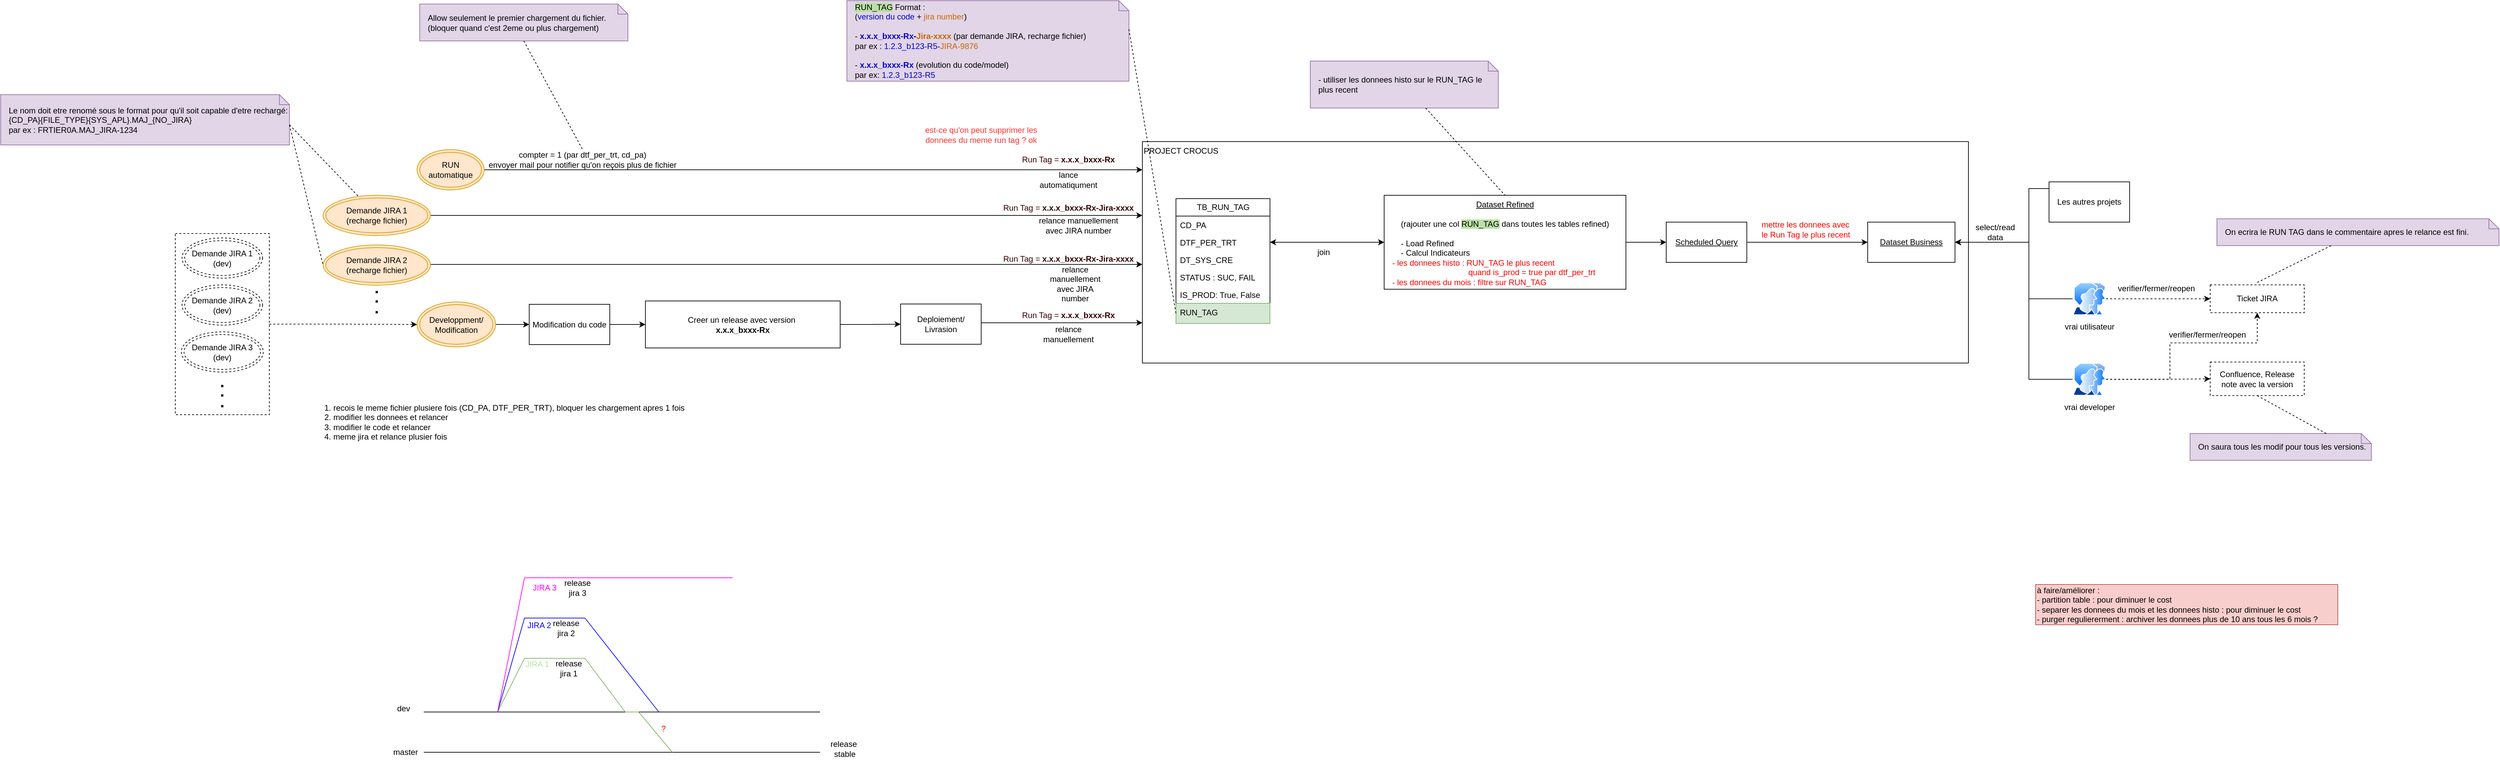
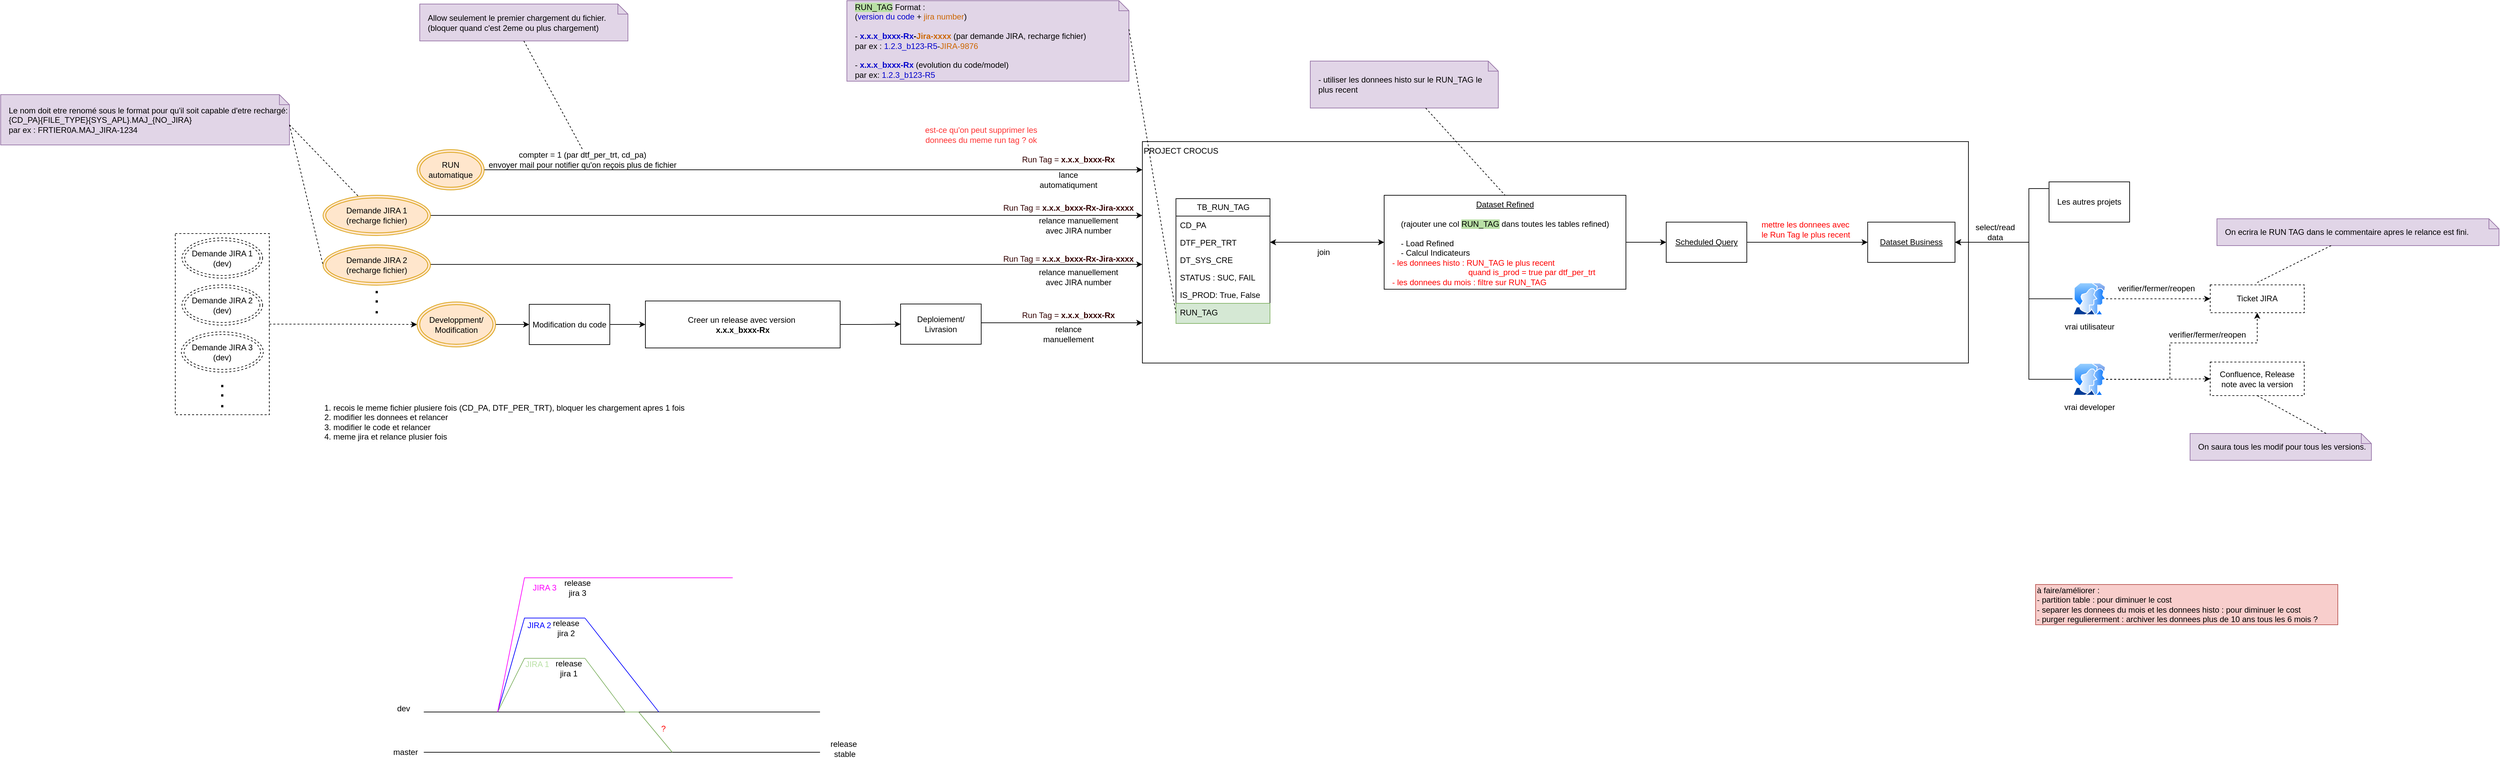
<mxfile host="app.diagrams.net">
  <diagram name="Page-1" id="bEAYSmEDHXBXhFzCy1HB">
    <mxGraphModel dx="3279" dy="1847" grid="1" gridSize="10" guides="1" tooltips="1" connect="1" arrows="1" fold="1" page="1" pageScale="1" pageWidth="827" pageHeight="1169" math="0" shadow="0">
      <root>
        <mxCell id="0" />
        <mxCell id="1" parent="0" />
        <mxCell id="cKu8MT6L8Fp_BZaxLZj7-22" edge="1" parent="1" source="cKu8MT6L8Fp_BZaxLZj7-16" style="edgeStyle=orthogonalEdgeStyle;rounded=0;orthogonalLoop=1;jettySize=auto;html=1;dashed=1;" target="QUzsFoNl6aFI_2ed8XXq-33">
          <mxGeometry relative="1" as="geometry">
            <Array as="points" />
            <mxPoint x="-937.4999999999995" y="382" as="sourcePoint" />
            <mxPoint x="-602.4999999999995" y="365" as="targetPoint" />
          </mxGeometry>
        </mxCell>
        <mxCell id="cKu8MT6L8Fp_BZaxLZj7-16" parent="1" style="rounded=0;whiteSpace=wrap;html=1;dashed=1;" value="" vertex="1">
          <mxGeometry height="270" width="140" x="-1070" y="247" as="geometry" />
        </mxCell>
        <mxCell id="QUzsFoNl6aFI_2ed8XXq-13" parent="1" style="rounded=0;whiteSpace=wrap;html=1;align=left;verticalAlign=top;" value="PROJECT CROCUS" vertex="1">
          <mxGeometry height="330" width="1230" x="370" y="110" as="geometry" />
        </mxCell>
        <mxCell id="QUzsFoNl6aFI_2ed8XXq-1" parent="1" style="swimlane;fontStyle=0;childLayout=stackLayout;horizontal=1;startSize=26;fillColor=none;horizontalStack=0;resizeParent=1;resizeParentMax=0;resizeLast=0;collapsible=1;marginBottom=0;html=1;" value="TB_RUN_TAG" vertex="1">
          <mxGeometry height="186" width="140" x="420" y="195" as="geometry" />
        </mxCell>
        <mxCell id="QUzsFoNl6aFI_2ed8XXq-2" parent="QUzsFoNl6aFI_2ed8XXq-1" style="text;strokeColor=none;fillColor=none;align=left;verticalAlign=top;spacingLeft=4;spacingRight=4;overflow=hidden;rotatable=0;points=[[0,0.5],[1,0.5]];portConstraint=eastwest;whiteSpace=wrap;html=1;" value="CD_PA" vertex="1">
          <mxGeometry height="26" width="140" y="26" as="geometry" />
        </mxCell>
        <mxCell id="QUzsFoNl6aFI_2ed8XXq-3" parent="QUzsFoNl6aFI_2ed8XXq-1" style="text;strokeColor=none;fillColor=none;align=left;verticalAlign=top;spacingLeft=4;spacingRight=4;overflow=hidden;rotatable=0;points=[[0,0.5],[1,0.5]];portConstraint=eastwest;whiteSpace=wrap;html=1;" value="DTF_PER_TRT" vertex="1">
          <mxGeometry height="26" width="140" y="52" as="geometry" />
        </mxCell>
        <mxCell id="QUzsFoNl6aFI_2ed8XXq-4" parent="QUzsFoNl6aFI_2ed8XXq-1" style="text;strokeColor=none;fillColor=none;align=left;verticalAlign=top;spacingLeft=4;spacingRight=4;overflow=hidden;rotatable=0;points=[[0,0.5],[1,0.5]];portConstraint=eastwest;whiteSpace=wrap;html=1;" value="DT_SYS_CRE" vertex="1">
          <mxGeometry height="26" width="140" y="78" as="geometry" />
        </mxCell>
        <mxCell id="QUzsFoNl6aFI_2ed8XXq-105" parent="QUzsFoNl6aFI_2ed8XXq-1" style="text;strokeColor=none;fillColor=none;align=left;verticalAlign=top;spacingLeft=4;spacingRight=4;overflow=hidden;rotatable=0;points=[[0,0.5],[1,0.5]];portConstraint=eastwest;whiteSpace=wrap;html=1;" value="STATUS : SUC, FAIL" vertex="1">
          <mxGeometry height="26" width="140" y="104" as="geometry" />
        </mxCell>
        <mxCell id="DOhsEIRQmGDwiVjTRz9E-7" parent="QUzsFoNl6aFI_2ed8XXq-1" style="text;strokeColor=none;fillColor=none;align=left;verticalAlign=top;spacingLeft=4;spacingRight=4;overflow=hidden;rotatable=0;points=[[0,0.5],[1,0.5]];portConstraint=eastwest;whiteSpace=wrap;html=1;" value="IS_PROD: True, False" vertex="1">
          <mxGeometry height="26" width="140" y="130" as="geometry" />
        </mxCell>
        <mxCell id="QUzsFoNl6aFI_2ed8XXq-5" parent="QUzsFoNl6aFI_2ed8XXq-1" style="text;strokeColor=#82b366;fillColor=#d5e8d4;align=left;verticalAlign=top;spacingLeft=4;spacingRight=4;overflow=hidden;rotatable=0;points=[[0,0.5],[1,0.5]];portConstraint=eastwest;whiteSpace=wrap;html=1;" value="RUN_TAG" vertex="1">
          <mxGeometry height="30" width="140" y="156" as="geometry" />
        </mxCell>
        <mxCell id="QUzsFoNl6aFI_2ed8XXq-7" parent="1" style="shape=note;size=15;align=left;spacingLeft=10;html=1;whiteSpace=wrap;fillColor=#e1d5e7;strokeColor=#9673a6;" value="&lt;span style=&quot;background-color: rgb(185, 224, 165);&quot;&gt;RUN_TAG&lt;/span&gt; Format :&amp;nbsp;&lt;div&gt;(&lt;font style=&quot;color: rgb(0, 0, 204);&quot;&gt;version du code&lt;/font&gt; +&lt;font style=&quot;color: rgb(204, 102, 0);&quot;&gt; &lt;font&gt;jira number&lt;/font&gt;&lt;/font&gt;)&lt;/div&gt;&lt;div&gt;&lt;br&gt;&lt;div&gt;- &lt;b&gt;&lt;font style=&quot;color: rgb(0, 0, 204);&quot;&gt;x.x.x_bxxx-Rx&lt;/font&gt;-&lt;font style=&quot;color: rgb(204, 102, 0);&quot;&gt;Jira-xxxx&lt;/font&gt;&lt;/b&gt; (par demande JIRA, recharge fichier)&amp;nbsp;&lt;/div&gt;&lt;div&gt;par ex : &lt;font style=&quot;color: rgb(0, 0, 204);&quot;&gt;1.2.3_b123-R5&lt;/font&gt;-&lt;font style=&quot;color: rgb(204, 102, 0);&quot;&gt;JIRA-9876&lt;/font&gt;&lt;/div&gt;&lt;div&gt;&lt;br&gt;&lt;/div&gt;&lt;div&gt;-&lt;b&gt; &lt;font style=&quot;color: rgb(0, 0, 204);&quot;&gt;x.x.x_bxxx-Rx&lt;/font&gt;&lt;/b&gt; (evolution du code/model)&lt;/div&gt;&lt;div&gt;&lt;span style=&quot;background-color: transparent; color: light-dark(rgb(0, 0, 0), rgb(255, 255, 255));&quot;&gt;par ex: &lt;/span&gt;&lt;span style=&quot;background-color: transparent;&quot;&gt;&lt;font style=&quot;color: light-dark(rgb(0, 0, 204), rgb(255, 255, 255));&quot;&gt;1.2.3_b123-R5&lt;/font&gt;&lt;/span&gt;&lt;/div&gt;&lt;/div&gt;" vertex="1">
          <mxGeometry height="120" width="420" x="-70" y="-100" as="geometry" />
        </mxCell>
        <mxCell id="QUzsFoNl6aFI_2ed8XXq-8" edge="1" parent="1" source="QUzsFoNl6aFI_2ed8XXq-7" style="edgeStyle=none;endArrow=none;exitX=0;exitY=0;dashed=1;html=1;rounded=0;entryX=0;entryY=0.5;entryDx=0;entryDy=0;exitDx=420;exitDy=42.5;exitPerimeter=0;" target="QUzsFoNl6aFI_2ed8XXq-5" value="">
          <mxGeometry relative="1" x="1" as="geometry">
            <mxPoint x="590" y="660" as="targetPoint" />
          </mxGeometry>
        </mxCell>
        <mxCell id="QUzsFoNl6aFI_2ed8XXq-10" parent="1" style="rounded=0;whiteSpace=wrap;html=1;dashed=1;" value="Confluence, Release note avec la v&lt;span style=&quot;background-color: transparent; color: light-dark(rgb(0, 0, 0), rgb(255, 255, 255));&quot;&gt;ersion&lt;/span&gt;" vertex="1">
          <mxGeometry height="50" width="140" x="1960" y="438.5" as="geometry" />
        </mxCell>
        <mxCell id="QUzsFoNl6aFI_2ed8XXq-11" parent="1" style="rounded=0;whiteSpace=wrap;html=1;dashed=1;" value="Ticket JIRA" vertex="1">
          <mxGeometry height="41.5" width="140" x="1960" y="323.5" as="geometry" />
        </mxCell>
        <mxCell id="QUzsFoNl6aFI_2ed8XXq-42" edge="1" parent="1" source="QUzsFoNl6aFI_2ed8XXq-12" style="edgeStyle=orthogonalEdgeStyle;rounded=0;orthogonalLoop=1;jettySize=auto;html=1;entryX=1;entryY=0.5;entryDx=0;entryDy=0;startArrow=classic;startFill=1;" target="QUzsFoNl6aFI_2ed8XXq-3">
          <mxGeometry relative="1" as="geometry" />
        </mxCell>
        <mxCell id="QUzsFoNl6aFI_2ed8XXq-50" edge="1" parent="1" source="QUzsFoNl6aFI_2ed8XXq-12" style="edgeStyle=orthogonalEdgeStyle;rounded=0;orthogonalLoop=1;jettySize=auto;html=1;" target="QUzsFoNl6aFI_2ed8XXq-46">
          <mxGeometry relative="1" as="geometry">
            <Array as="points" />
          </mxGeometry>
        </mxCell>
        <mxCell id="QUzsFoNl6aFI_2ed8XXq-12" parent="1" style="rounded=0;whiteSpace=wrap;html=1;verticalAlign=top;" value="&lt;u&gt;Dataset Refined&lt;/u&gt;&lt;div&gt;&lt;u&gt;&lt;br&gt;&lt;/u&gt;&lt;div&gt;(rajouter une col &lt;span style=&quot;background-color: rgb(185, 224, 165);&quot;&gt;RUN_TAG&lt;/span&gt;&lt;span&gt; &lt;/span&gt;dans toutes les tables refined)&lt;/div&gt;&lt;div&gt;&lt;br&gt;&lt;/div&gt;&lt;div style=&quot;text-align: left;&quot;&gt;- Load Refined&amp;nbsp; &amp;nbsp; &amp;nbsp; &amp;nbsp;&lt;/div&gt;&lt;div style=&quot;text-align: left;&quot;&gt;- Calcul Indicateurs&lt;/div&gt;&lt;/div&gt;" vertex="1">
          <mxGeometry height="140" width="360" x="730" y="190" as="geometry" />
        </mxCell>
        <mxCell id="QUzsFoNl6aFI_2ed8XXq-27" edge="1" parent="1" source="QUzsFoNl6aFI_2ed8XXq-33" style="edgeStyle=orthogonalEdgeStyle;rounded=0;orthogonalLoop=1;jettySize=auto;html=1;entryX=0;entryY=0.5;entryDx=0;entryDy=0;" target="QUzsFoNl6aFI_2ed8XXq-23">
          <mxGeometry relative="1" as="geometry">
            <mxPoint x="-740" y="198" as="sourcePoint" />
          </mxGeometry>
        </mxCell>
        <mxCell id="QUzsFoNl6aFI_2ed8XXq-19" parent="1" style="text;html=1;whiteSpace=wrap;strokeColor=none;fillColor=none;align=center;verticalAlign=middle;rounded=0;fontColor=#330000;" value="&lt;font style=&quot;&quot;&gt;Run Tag =&amp;nbsp;&lt;/font&gt;&lt;b style=&quot;text-align: left;&quot;&gt;x.x.x_bxxx-Rx-Jira-xxxx&lt;/b&gt;" vertex="1">
          <mxGeometry height="30" width="200" x="160" y="269.5" as="geometry" />
        </mxCell>
        <mxCell id="cKu8MT6L8Fp_BZaxLZj7-37" edge="1" parent="1" source="QUzsFoNl6aFI_2ed8XXq-23" style="edgeStyle=orthogonalEdgeStyle;rounded=0;orthogonalLoop=1;jettySize=auto;html=1;" target="QUzsFoNl6aFI_2ed8XXq-25">
          <mxGeometry relative="1" as="geometry" />
        </mxCell>
        <mxCell id="QUzsFoNl6aFI_2ed8XXq-23" parent="1" style="rounded=0;whiteSpace=wrap;html=1;" value="Modification du code" vertex="1">
          <mxGeometry height="60" width="120" x="-543" y="352.5" as="geometry" />
        </mxCell>
        <mxCell id="QUzsFoNl6aFI_2ed8XXq-31" edge="1" parent="1" source="QUzsFoNl6aFI_2ed8XXq-24" style="edgeStyle=orthogonalEdgeStyle;rounded=0;orthogonalLoop=1;jettySize=auto;html=1;" target="QUzsFoNl6aFI_2ed8XXq-13">
          <mxGeometry relative="1" as="geometry">
            <Array as="points">
              <mxPoint x="180" y="380" />
              <mxPoint x="180" y="380" />
            </Array>
            <mxPoint x="380" y="373" as="targetPoint" />
          </mxGeometry>
        </mxCell>
        <mxCell id="QUzsFoNl6aFI_2ed8XXq-24" parent="1" style="rounded=0;whiteSpace=wrap;html=1;" value="Deploiement/ Livrasion" vertex="1">
          <mxGeometry height="60" width="120" x="10" y="352" as="geometry" />
        </mxCell>
        <mxCell id="cKu8MT6L8Fp_BZaxLZj7-38" edge="1" parent="1" source="QUzsFoNl6aFI_2ed8XXq-25" style="edgeStyle=orthogonalEdgeStyle;rounded=0;orthogonalLoop=1;jettySize=auto;html=1;" target="QUzsFoNl6aFI_2ed8XXq-24">
          <mxGeometry relative="1" as="geometry" />
        </mxCell>
        <mxCell id="QUzsFoNl6aFI_2ed8XXq-25" parent="1" style="rounded=0;whiteSpace=wrap;html=1;" value="Creer un release avec version&amp;nbsp;&lt;div&gt;&lt;span style=&quot;text-align: left;&quot;&gt;&lt;b&gt;x.x.x_bxxx-Rx&lt;/b&gt;&lt;/span&gt;&lt;/div&gt;" vertex="1">
          <mxGeometry height="70" width="290" x="-370" y="347.5" as="geometry" />
        </mxCell>
        <mxCell id="QUzsFoNl6aFI_2ed8XXq-33" parent="1" style="ellipse;shape=doubleEllipse;whiteSpace=wrap;html=1;fillColor=#ffe6cc;strokeColor=#d79b00;" value="Developpment/&lt;div&gt;Modification&lt;/div&gt;" vertex="1">
          <mxGeometry height="67" width="117" x="-710" y="349" as="geometry" />
        </mxCell>
        <mxCell id="cKu8MT6L8Fp_BZaxLZj7-5" edge="1" parent="1" style="edgeStyle=orthogonalEdgeStyle;rounded=0;orthogonalLoop=1;jettySize=auto;html=1;">
          <mxGeometry relative="1" as="geometry">
            <Array as="points">
              <mxPoint x="110" y="293" />
              <mxPoint x="110" y="293" />
            </Array>
            <mxPoint x="-690.0000000000005" y="293" as="sourcePoint" />
            <mxPoint x="370" y="293" as="targetPoint" />
          </mxGeometry>
        </mxCell>
        <mxCell id="QUzsFoNl6aFI_2ed8XXq-34" parent="1" style="ellipse;shape=doubleEllipse;whiteSpace=wrap;html=1;fillColor=#ffe6cc;strokeColor=#d79b00;" value="Demande JIRA 2&lt;div&gt;(recharge fichier)&lt;/div&gt;" vertex="1">
          <mxGeometry height="60" width="160" x="-850" y="264" as="geometry" />
        </mxCell>
        <mxCell id="QUzsFoNl6aFI_2ed8XXq-36" edge="1" parent="1" source="QUzsFoNl6aFI_2ed8XXq-35" style="edgeStyle=orthogonalEdgeStyle;rounded=0;orthogonalLoop=1;jettySize=auto;html=1;" target="QUzsFoNl6aFI_2ed8XXq-13">
          <mxGeometry relative="1" as="geometry">
            <Array as="points">
              <mxPoint x="140" y="152" />
              <mxPoint x="140" y="152" />
            </Array>
            <mxPoint x="380" y="152.0588235294117" as="targetPoint" />
          </mxGeometry>
        </mxCell>
        <mxCell id="QUzsFoNl6aFI_2ed8XXq-35" parent="1" style="ellipse;shape=doubleEllipse;whiteSpace=wrap;html=1;fillColor=#ffe6cc;strokeColor=#d79b00;" value="RUN automatique" vertex="1">
          <mxGeometry height="60" width="100" x="-710" y="122" as="geometry" />
        </mxCell>
        <mxCell id="QUzsFoNl6aFI_2ed8XXq-40" parent="1" style="shape=note;size=15;align=left;spacingLeft=10;html=1;whiteSpace=wrap;fillColor=#e1d5e7;strokeColor=#9673a6;" value="&lt;div&gt;- utiliser les donnees histo sur le RUN_TAG le plus recent&lt;/div&gt;" vertex="1">
          <mxGeometry height="70" width="280" x="620" y="-10" as="geometry" />
        </mxCell>
        <mxCell id="QUzsFoNl6aFI_2ed8XXq-41" edge="1" parent="1" source="QUzsFoNl6aFI_2ed8XXq-40" style="edgeStyle=none;endArrow=none;dashed=1;html=1;rounded=0;entryX=0.5;entryY=0;entryDx=0;entryDy=0;" target="QUzsFoNl6aFI_2ed8XXq-12" value="">
          <mxGeometry relative="1" x="1" as="geometry">
            <mxPoint x="720" y="650" as="sourcePoint" />
            <mxPoint x="772" y="500" as="targetPoint" />
          </mxGeometry>
        </mxCell>
        <mxCell id="QUzsFoNl6aFI_2ed8XXq-43" parent="1" style="text;html=1;whiteSpace=wrap;strokeColor=none;fillColor=none;align=left;verticalAlign=middle;rounded=0;" value="&lt;font style=&quot;color: rgb(255, 0, 0);&quot;&gt;- les donnees histo : RUN_TAG le plus recent&amp;nbsp;&lt;/font&gt;&lt;div&gt;&lt;font style=&quot;color: rgb(255, 0, 0);&quot;&gt;&amp;nbsp; &amp;nbsp; &amp;nbsp; &amp;nbsp; &amp;nbsp; &amp;nbsp; &amp;nbsp; &amp;nbsp; &amp;nbsp; &amp;nbsp; &amp;nbsp; &amp;nbsp; &amp;nbsp; &amp;nbsp; &amp;nbsp; &amp;nbsp; &amp;nbsp; quand is_prod = true par dtf_per_trt&lt;/font&gt;&lt;div&gt;&lt;font style=&quot;color: rgb(255, 0, 0);&quot;&gt;- les donnees du mois : f&lt;/font&gt;&lt;span style=&quot;color: light-dark(rgb(255, 0, 0), rgb(255, 144, 144)); background-color: transparent;&quot;&gt;iltre sur RUN_TAG&lt;/span&gt;&lt;/div&gt;&lt;/div&gt;" vertex="1">
          <mxGeometry height="30" width="370" x="740" y="290" as="geometry" />
        </mxCell>
        <mxCell id="QUzsFoNl6aFI_2ed8XXq-45" parent="1" style="rounded=0;whiteSpace=wrap;html=1;" value="&lt;u&gt;Dataset Business&lt;/u&gt;" vertex="1">
          <mxGeometry height="60" width="130" x="1450" y="230" as="geometry" />
        </mxCell>
        <mxCell id="QUzsFoNl6aFI_2ed8XXq-48" edge="1" parent="1" source="QUzsFoNl6aFI_2ed8XXq-46" style="edgeStyle=orthogonalEdgeStyle;rounded=0;orthogonalLoop=1;jettySize=auto;html=1;" target="QUzsFoNl6aFI_2ed8XXq-45">
          <mxGeometry relative="1" as="geometry" />
        </mxCell>
        <mxCell id="QUzsFoNl6aFI_2ed8XXq-46" parent="1" style="rounded=0;whiteSpace=wrap;html=1;" value="&lt;u&gt;Scheduled Query&lt;/u&gt;" vertex="1">
          <mxGeometry height="60" width="120" x="1150" y="230" as="geometry" />
        </mxCell>
        <mxCell id="QUzsFoNl6aFI_2ed8XXq-51" parent="1" style="text;html=1;whiteSpace=wrap;strokeColor=none;fillColor=none;align=left;verticalAlign=middle;rounded=0;fontColor=#FF0000;" value="mettre les donnees avec le Run Tag le plus recent" vertex="1">
          <mxGeometry height="30" width="140" x="1290" y="226" as="geometry" />
        </mxCell>
        <mxCell id="QUzsFoNl6aFI_2ed8XXq-59" edge="1" parent="1" source="QUzsFoNl6aFI_2ed8XXq-52" style="edgeStyle=orthogonalEdgeStyle;rounded=0;orthogonalLoop=1;jettySize=auto;html=1;entryX=1;entryY=0.5;entryDx=0;entryDy=0;" target="QUzsFoNl6aFI_2ed8XXq-45">
          <mxGeometry relative="1" as="geometry">
            <Array as="points">
              <mxPoint x="1690" y="180" />
              <mxPoint x="1690" y="260" />
            </Array>
          </mxGeometry>
        </mxCell>
        <mxCell id="QUzsFoNl6aFI_2ed8XXq-52" parent="1" style="rounded=0;whiteSpace=wrap;html=1;" value="Les autres projets" vertex="1">
          <mxGeometry height="60" width="120" x="1720" y="170" as="geometry" />
        </mxCell>
        <mxCell id="QUzsFoNl6aFI_2ed8XXq-58" edge="1" parent="1" source="QUzsFoNl6aFI_2ed8XXq-57" style="edgeStyle=orthogonalEdgeStyle;rounded=0;orthogonalLoop=1;jettySize=auto;html=1;entryX=1;entryY=0.5;entryDx=0;entryDy=0;" target="QUzsFoNl6aFI_2ed8XXq-45">
          <mxGeometry relative="1" as="geometry">
            <Array as="points">
              <mxPoint x="1690" y="344" />
              <mxPoint x="1690" y="260" />
            </Array>
          </mxGeometry>
        </mxCell>
        <mxCell id="QUzsFoNl6aFI_2ed8XXq-65" edge="1" parent="1" source="QUzsFoNl6aFI_2ed8XXq-57" style="edgeStyle=orthogonalEdgeStyle;rounded=0;orthogonalLoop=1;jettySize=auto;html=1;dashed=1;" target="QUzsFoNl6aFI_2ed8XXq-11">
          <mxGeometry relative="1" as="geometry" />
        </mxCell>
        <mxCell id="QUzsFoNl6aFI_2ed8XXq-57" parent="1" style="image;aspect=fixed;perimeter=ellipsePerimeter;html=1;align=center;shadow=0;dashed=0;spacingTop=3;image=img/lib/active_directory/user_accounts.svg;" value="vrai utilisateur" vertex="1">
          <mxGeometry height="48.5" width="50" x="1755" y="320" as="geometry" />
        </mxCell>
        <mxCell id="QUzsFoNl6aFI_2ed8XXq-60" parent="1" style="text;html=1;whiteSpace=wrap;strokeColor=none;fillColor=none;align=center;verticalAlign=middle;rounded=0;" value="select/read data" vertex="1">
          <mxGeometry height="30" width="60" x="1610" y="230" as="geometry" />
        </mxCell>
        <mxCell id="QUzsFoNl6aFI_2ed8XXq-63" edge="1" parent="1" source="QUzsFoNl6aFI_2ed8XXq-62" style="edgeStyle=orthogonalEdgeStyle;rounded=0;orthogonalLoop=1;jettySize=auto;html=1;entryX=1;entryY=0.5;entryDx=0;entryDy=0;" target="QUzsFoNl6aFI_2ed8XXq-45">
          <mxGeometry relative="1" as="geometry">
            <Array as="points">
              <mxPoint x="1690" y="464" />
              <mxPoint x="1690" y="260" />
            </Array>
          </mxGeometry>
        </mxCell>
        <mxCell id="QUzsFoNl6aFI_2ed8XXq-66" edge="1" parent="1" source="QUzsFoNl6aFI_2ed8XXq-62" style="edgeStyle=orthogonalEdgeStyle;rounded=0;orthogonalLoop=1;jettySize=auto;html=1;dashed=1;" target="QUzsFoNl6aFI_2ed8XXq-10">
          <mxGeometry relative="1" as="geometry" />
        </mxCell>
        <mxCell id="QUzsFoNl6aFI_2ed8XXq-68" edge="1" parent="1" source="QUzsFoNl6aFI_2ed8XXq-62" style="edgeStyle=orthogonalEdgeStyle;rounded=0;orthogonalLoop=1;jettySize=auto;html=1;entryX=0.5;entryY=1;entryDx=0;entryDy=0;dashed=1;" target="QUzsFoNl6aFI_2ed8XXq-11">
          <mxGeometry relative="1" as="geometry">
            <Array as="points">
              <mxPoint x="1900" y="464" />
              <mxPoint x="1900" y="410" />
              <mxPoint x="2030" y="410" />
            </Array>
          </mxGeometry>
        </mxCell>
        <mxCell id="QUzsFoNl6aFI_2ed8XXq-62" parent="1" style="image;aspect=fixed;perimeter=ellipsePerimeter;html=1;align=center;shadow=0;dashed=0;spacingTop=3;image=img/lib/active_directory/user_accounts.svg;" value="vrai developer" vertex="1">
          <mxGeometry height="48.5" width="50" x="1755" y="440" as="geometry" />
        </mxCell>
        <mxCell id="QUzsFoNl6aFI_2ed8XXq-69" parent="1" style="shape=note;size=15;align=left;spacingLeft=10;html=1;whiteSpace=wrap;fillColor=#e1d5e7;strokeColor=#9673a6;" value="On ecrira le RUN TAG dans le commentaire apres le relance est fini." vertex="1">
          <mxGeometry height="40" width="420" x="1970" y="225" as="geometry" />
        </mxCell>
        <mxCell id="QUzsFoNl6aFI_2ed8XXq-70" edge="1" parent="1" source="QUzsFoNl6aFI_2ed8XXq-69" style="edgeStyle=none;endArrow=none;dashed=1;html=1;rounded=0;" value="">
          <mxGeometry relative="1" x="1" as="geometry">
            <mxPoint x="970" y="210" as="sourcePoint" />
            <mxPoint x="2030" y="320" as="targetPoint" />
          </mxGeometry>
        </mxCell>
        <mxCell id="QUzsFoNl6aFI_2ed8XXq-71" parent="1" style="shape=note;size=15;align=left;spacingLeft=10;html=1;whiteSpace=wrap;fillColor=#e1d5e7;strokeColor=#9673a6;" value="On saura tous les modif pour tous les versions." vertex="1">
          <mxGeometry height="40" width="270" x="1930" y="545" as="geometry" />
        </mxCell>
        <mxCell id="QUzsFoNl6aFI_2ed8XXq-72" edge="1" parent="1" source="QUzsFoNl6aFI_2ed8XXq-71" style="edgeStyle=none;endArrow=none;dashed=1;html=1;rounded=0;entryX=0.5;entryY=1;entryDx=0;entryDy=0;exitX=0;exitY=0;exitDx=202.5;exitDy=0;exitPerimeter=0;" target="QUzsFoNl6aFI_2ed8XXq-10" value="">
          <mxGeometry relative="1" x="1" as="geometry">
            <mxPoint x="2180" y="470" as="sourcePoint" />
            <mxPoint x="2070" y="525" as="targetPoint" />
          </mxGeometry>
        </mxCell>
        <mxCell id="QUzsFoNl6aFI_2ed8XXq-74" parent="1" style="rounded=0;whiteSpace=wrap;html=1;align=left;fillColor=#f8cecc;strokeColor=#b85450;" value="à faire/améliorer :&lt;div&gt;- partition table : pour diminuer le cost&lt;/div&gt;&lt;div&gt;- separer les donnees du mois et les donnees histo&amp;nbsp;&lt;span style=&quot;background-color: transparent; color: light-dark(rgb(0, 0, 0), rgb(255, 255, 255));&quot;&gt;: pour diminuer le cost&lt;/span&gt;&lt;/div&gt;&lt;div&gt;&lt;span style=&quot;background-color: transparent; color: light-dark(rgb(0, 0, 0), rgb(255, 255, 255));&quot;&gt;- purger reguliererment : archiver les donnees plus de 10 ans tous les 6 mois ?&lt;/span&gt;&lt;/div&gt;" vertex="1">
          <mxGeometry height="60" width="450" x="1700" y="770" as="geometry" />
        </mxCell>
        <mxCell id="QUzsFoNl6aFI_2ed8XXq-76" parent="1" style="text;html=1;whiteSpace=wrap;strokeColor=none;fillColor=none;align=center;verticalAlign=middle;rounded=0;" value="join" vertex="1">
          <mxGeometry height="30" width="60" x="610" y="260" as="geometry" />
        </mxCell>
        <mxCell id="QUzsFoNl6aFI_2ed8XXq-81" edge="1" parent="1" style="endArrow=none;html=1;rounded=0;" value="">
          <mxGeometry height="50" relative="1" width="50" as="geometry">
            <mxPoint x="-700" y="960" as="sourcePoint" />
            <mxPoint x="-110" y="960" as="targetPoint" />
          </mxGeometry>
        </mxCell>
        <mxCell id="QUzsFoNl6aFI_2ed8XXq-83" edge="1" parent="1" style="endArrow=none;html=1;rounded=0;fillColor=#d5e8d4;strokeColor=#82b366;" value="">
          <mxGeometry height="50" relative="1" width="50" as="geometry">
            <Array as="points">
              <mxPoint x="-550" y="880" />
            </Array>
            <mxPoint x="-590" y="960" as="sourcePoint" />
            <mxPoint x="-460" y="880" as="targetPoint" />
          </mxGeometry>
        </mxCell>
        <mxCell id="QUzsFoNl6aFI_2ed8XXq-84" parent="1" style="text;html=1;whiteSpace=wrap;strokeColor=none;fillColor=none;align=center;verticalAlign=middle;rounded=0;" value="dev" vertex="1">
          <mxGeometry height="30" width="60" x="-760" y="940" as="geometry" />
        </mxCell>
        <mxCell id="QUzsFoNl6aFI_2ed8XXq-85" edge="1" parent="1" style="endArrow=none;html=1;rounded=0;strokeColor=#0000FF;" value="">
          <mxGeometry height="50" relative="1" width="50" as="geometry">
            <Array as="points">
              <mxPoint x="-550" y="820" />
            </Array>
            <mxPoint x="-590" y="960" as="sourcePoint" />
            <mxPoint x="-460" y="820" as="targetPoint" />
          </mxGeometry>
        </mxCell>
        <mxCell id="QUzsFoNl6aFI_2ed8XXq-86" edge="1" parent="1" style="endArrow=none;html=1;rounded=0;strokeColor=#FF00FF;" value="">
          <mxGeometry height="50" relative="1" width="50" as="geometry">
            <Array as="points">
              <mxPoint x="-550" y="760" />
            </Array>
            <mxPoint x="-590" y="960" as="sourcePoint" />
            <mxPoint x="-240" y="760" as="targetPoint" />
          </mxGeometry>
        </mxCell>
        <mxCell id="QUzsFoNl6aFI_2ed8XXq-87" parent="1" style="text;html=1;whiteSpace=wrap;strokeColor=none;fillColor=none;align=center;verticalAlign=middle;rounded=0;fontColor=#B9E0A5;" value="JIRA 1" vertex="1">
          <mxGeometry height="30" width="60" x="-561" y="874" as="geometry" />
        </mxCell>
        <mxCell id="QUzsFoNl6aFI_2ed8XXq-88" parent="1" style="text;html=1;whiteSpace=wrap;strokeColor=none;fillColor=none;align=center;verticalAlign=middle;rounded=0;fontColor=#0000FF;" value="JIRA 2" vertex="1">
          <mxGeometry height="30" width="60" x="-558" y="816" as="geometry" />
        </mxCell>
        <mxCell id="QUzsFoNl6aFI_2ed8XXq-89" parent="1" style="text;html=1;whiteSpace=wrap;strokeColor=none;fillColor=none;align=center;verticalAlign=middle;rounded=0;fontColor=#FF00FF;" value="JIRA 3" vertex="1">
          <mxGeometry height="30" width="60" x="-550" y="760" as="geometry" />
        </mxCell>
        <mxCell id="QUzsFoNl6aFI_2ed8XXq-90" edge="1" parent="1" style="endArrow=none;html=1;rounded=0;" value="">
          <mxGeometry height="50" relative="1" width="50" as="geometry">
            <mxPoint x="-700" y="1020" as="sourcePoint" />
            <mxPoint x="-110" y="1020" as="targetPoint" />
          </mxGeometry>
        </mxCell>
        <mxCell id="QUzsFoNl6aFI_2ed8XXq-91" parent="1" style="text;html=1;whiteSpace=wrap;strokeColor=none;fillColor=none;align=center;verticalAlign=middle;rounded=0;" value="master" vertex="1">
          <mxGeometry height="30" width="60" x="-757" y="1005" as="geometry" />
        </mxCell>
        <mxCell id="QUzsFoNl6aFI_2ed8XXq-92" edge="1" parent="1" style="endArrow=none;html=1;rounded=0;fillColor=#d5e8d4;strokeColor=#82b366;" value="">
          <mxGeometry height="50" relative="1" width="50" as="geometry">
            <mxPoint x="-460" y="880" as="sourcePoint" />
            <mxPoint x="-400" y="960" as="targetPoint" />
          </mxGeometry>
        </mxCell>
        <mxCell id="QUzsFoNl6aFI_2ed8XXq-94" edge="1" parent="1" style="endArrow=none;html=1;rounded=0;strokeColor=#0000FF;" value="">
          <mxGeometry height="50" relative="1" width="50" as="geometry">
            <mxPoint x="-460" y="820" as="sourcePoint" />
            <mxPoint x="-350" y="960" as="targetPoint" />
          </mxGeometry>
        </mxCell>
        <mxCell id="QUzsFoNl6aFI_2ed8XXq-95" edge="1" parent="1" style="endArrow=none;html=1;rounded=0;fillColor=#d5e8d4;strokeColor=#82b366;" value="">
          <mxGeometry height="50" relative="1" width="50" as="geometry">
            <mxPoint x="-380" y="960" as="sourcePoint" />
            <mxPoint x="-330" y="1020" as="targetPoint" />
          </mxGeometry>
        </mxCell>
        <mxCell id="QUzsFoNl6aFI_2ed8XXq-96" edge="1" parent="1" style="endArrow=none;html=1;rounded=0;fillColor=#d5e8d4;strokeColor=#82b366;" value="">
          <mxGeometry height="50" relative="1" width="50" as="geometry">
            <mxPoint x="-400" y="960" as="sourcePoint" />
            <mxPoint x="-380" y="960" as="targetPoint" />
          </mxGeometry>
        </mxCell>
        <mxCell id="QUzsFoNl6aFI_2ed8XXq-98" parent="1" style="text;html=1;whiteSpace=wrap;strokeColor=none;fillColor=none;align=center;verticalAlign=middle;rounded=0;" value="release jira 2" vertex="1">
          <mxGeometry height="30" width="60" x="-518" y="820" as="geometry" />
        </mxCell>
        <mxCell id="QUzsFoNl6aFI_2ed8XXq-99" parent="1" style="text;html=1;whiteSpace=wrap;strokeColor=none;fillColor=none;align=center;verticalAlign=middle;rounded=0;" value="release jira 1" vertex="1">
          <mxGeometry height="30" width="60" x="-514" y="880" as="geometry" />
        </mxCell>
        <mxCell id="QUzsFoNl6aFI_2ed8XXq-100" parent="1" style="text;html=1;whiteSpace=wrap;strokeColor=none;fillColor=none;align=center;verticalAlign=middle;rounded=0;" value="release jira 3" vertex="1">
          <mxGeometry height="30" width="60" x="-501" y="760" as="geometry" />
        </mxCell>
        <mxCell id="QUzsFoNl6aFI_2ed8XXq-101" parent="1" style="text;html=1;whiteSpace=wrap;strokeColor=none;fillColor=none;align=center;verticalAlign=middle;rounded=0;" value="release&amp;nbsp; stable" vertex="1">
          <mxGeometry height="30" width="60" x="-103" y="1000" as="geometry" />
        </mxCell>
        <mxCell id="QUzsFoNl6aFI_2ed8XXq-103" parent="1" style="text;html=1;whiteSpace=wrap;strokeColor=none;fillColor=none;align=center;verticalAlign=middle;rounded=0;fontColor=#FF0000;" value="?" vertex="1">
          <mxGeometry height="30" width="60" x="-373" y="970" as="geometry" />
        </mxCell>
        <mxCell id="QUzsFoNl6aFI_2ed8XXq-104" parent="1" style="text;html=1;whiteSpace=wrap;strokeColor=none;fillColor=none;align=center;verticalAlign=middle;rounded=0;" value="compter = 1 (par dtf_per_trt, cd_pa)&lt;div&gt;envoyer mail pour notifier qu&#39;on reçois plus de fichier&lt;/div&gt;" vertex="1">
          <mxGeometry height="30" width="293" x="-610" y="122" as="geometry" />
        </mxCell>
        <mxCell id="QUzsFoNl6aFI_2ed8XXq-106" parent="1" style="text;html=1;whiteSpace=wrap;strokeColor=none;fillColor=none;align=left;verticalAlign=middle;rounded=0;" value="1. recois le meme fichier plusiere fois (CD_PA, DTF_PER_TRT), bloquer les chargement apres 1 fois&lt;div&gt;2. modifier les donnees et relancer&lt;/div&gt;&lt;div&gt;3. modifier le code et relancer&lt;/div&gt;&lt;div&gt;4.&amp;nbsp;&lt;span style=&quot;text-align: center; background-color: transparent; color: light-dark(rgb(0, 0, 0), rgb(255, 255, 255));&quot;&gt;meme jira et relance plusier fois&lt;/span&gt;&lt;/div&gt;" vertex="1">
          <mxGeometry height="30" width="600" x="-850" y="513.25" as="geometry" />
        </mxCell>
        <mxCell id="cKu8MT6L8Fp_BZaxLZj7-1" parent="1" style="shape=note;size=15;align=left;spacingLeft=10;html=1;whiteSpace=wrap;fillColor=#e1d5e7;strokeColor=#9673a6;labelBackgroundColor=none;" value="&lt;span style=&quot;&quot;&gt;Allow seulement le premier chargement du fichier.&lt;br&gt;(bloquer quand c&#39;est 2eme ou plus chargement)&lt;/span&gt;" vertex="1">
          <mxGeometry height="55" width="310" x="-706" y="-95" as="geometry" />
        </mxCell>
        <mxCell id="cKu8MT6L8Fp_BZaxLZj7-2" edge="1" parent="1" source="cKu8MT6L8Fp_BZaxLZj7-1" style="edgeStyle=none;endArrow=none;exitX=0.5;exitY=1;dashed=1;html=1;rounded=0;entryX=0.5;entryY=0;entryDx=0;entryDy=0;exitDx=0;exitDy=0;exitPerimeter=0;" target="QUzsFoNl6aFI_2ed8XXq-104" value="">
          <mxGeometry relative="1" x="1" as="geometry">
            <mxPoint x="590" y="300" as="sourcePoint" />
            <mxPoint x="680" y="507" as="targetPoint" />
          </mxGeometry>
        </mxCell>
        <mxCell id="cKu8MT6L8Fp_BZaxLZj7-3" parent="1" style="ellipse;shape=doubleEllipse;whiteSpace=wrap;html=1;dashed=1;" value="Demande JIRA 1&lt;div&gt;(dev)&lt;/div&gt;" vertex="1">
          <mxGeometry height="60" width="120" x="-1060" y="253.5" as="geometry" />
        </mxCell>
        <mxCell id="cKu8MT6L8Fp_BZaxLZj7-7" parent="1" style="text;html=1;whiteSpace=wrap;strokeColor=none;fillColor=none;align=center;verticalAlign=middle;rounded=0;fontColor=#330000;" value="&lt;font style=&quot;&quot;&gt;Run Tag =&amp;nbsp;&lt;b style=&quot;text-align: left;&quot;&gt;x.x.x_bxxx-Rx&lt;/b&gt;&lt;/font&gt;" vertex="1">
          <mxGeometry height="30" width="200" x="160" y="122" as="geometry" />
        </mxCell>
        <mxCell id="cKu8MT6L8Fp_BZaxLZj7-11" parent="1" style="shape=note;size=15;align=left;spacingLeft=10;html=1;whiteSpace=wrap;fillColor=#e1d5e7;strokeColor=#9673a6;labelBackgroundColor=none;" value="&lt;span style=&quot;&quot;&gt;Le nom doit etre renomé sous le format pour qu&#39;il soit capable d&#39;etre rechargé:&lt;br&gt;{CD_PA}{FILE_TYPE}{SYS_APL}.MAJ_{NO_JIRA}&lt;/span&gt;&lt;div&gt;&lt;span style=&quot;&quot;&gt;par ex : FRTIER0A.MAJ_JIRA-1234&lt;/span&gt;&lt;/div&gt;" vertex="1">
          <mxGeometry height="75" width="430" x="-1330" y="40" as="geometry" />
        </mxCell>
        <mxCell id="cKu8MT6L8Fp_BZaxLZj7-14" parent="1" style="ellipse;shape=doubleEllipse;whiteSpace=wrap;html=1;dashed=1;" value="Demande JIRA 2&lt;div&gt;(dev)&lt;/div&gt;" vertex="1">
          <mxGeometry height="60" width="120" x="-1060" y="323.5" as="geometry" />
        </mxCell>
        <mxCell id="cKu8MT6L8Fp_BZaxLZj7-15" parent="1" style="ellipse;shape=doubleEllipse;whiteSpace=wrap;html=1;dashed=1;" value="Demande JIRA 3&lt;div&gt;(dev)&lt;/div&gt;" vertex="1">
          <mxGeometry height="60" width="122" x="-1061" y="393.5" as="geometry" />
        </mxCell>
        <mxCell id="cKu8MT6L8Fp_BZaxLZj7-19" parent="1" style="text;html=1;whiteSpace=wrap;strokeColor=none;fillColor=none;align=center;verticalAlign=middle;rounded=0;fontSize=23;fontStyle=1" value="." vertex="1">
          <mxGeometry height="30" width="60" x="-1030" y="453.25" as="geometry" />
        </mxCell>
        <mxCell id="cKu8MT6L8Fp_BZaxLZj7-20" parent="1" style="text;html=1;whiteSpace=wrap;strokeColor=none;fillColor=none;align=center;verticalAlign=middle;rounded=0;fontSize=23;fontStyle=1" value="." vertex="1">
          <mxGeometry height="30" width="60" x="-1030" y="467" as="geometry" />
        </mxCell>
        <mxCell id="cKu8MT6L8Fp_BZaxLZj7-21" parent="1" style="text;html=1;whiteSpace=wrap;strokeColor=none;fillColor=none;align=center;verticalAlign=middle;rounded=0;fontSize=23;fontStyle=1" value="." vertex="1">
          <mxGeometry height="30" width="60" x="-1030" y="483.25" as="geometry" />
        </mxCell>
        <mxCell id="cKu8MT6L8Fp_BZaxLZj7-24" edge="1" parent="1" source="cKu8MT6L8Fp_BZaxLZj7-23" style="edgeStyle=orthogonalEdgeStyle;rounded=0;orthogonalLoop=1;jettySize=auto;html=1;" target="QUzsFoNl6aFI_2ed8XXq-13">
          <mxGeometry relative="1" as="geometry">
            <Array as="points">
              <mxPoint x="120" y="220" />
              <mxPoint x="120" y="220" />
            </Array>
          </mxGeometry>
        </mxCell>
        <mxCell id="cKu8MT6L8Fp_BZaxLZj7-23" parent="1" style="ellipse;shape=doubleEllipse;whiteSpace=wrap;html=1;fillColor=#ffe6cc;strokeColor=#d79b00;" value="Demande JIRA 1&lt;div&gt;(recharge fichier)&lt;/div&gt;" vertex="1">
          <mxGeometry height="60" width="160" x="-850" y="190" as="geometry" />
        </mxCell>
        <mxCell id="cKu8MT6L8Fp_BZaxLZj7-25" edge="1" parent="1" source="cKu8MT6L8Fp_BZaxLZj7-11" style="edgeStyle=none;endArrow=none;exitX=0;exitY=0;dashed=1;html=1;rounded=0;exitDx=430;exitDy=45;exitPerimeter=0;" target="cKu8MT6L8Fp_BZaxLZj7-23" value="">
          <mxGeometry relative="1" x="1" as="geometry">
            <mxPoint x="-520" y="10" as="sourcePoint" />
            <mxPoint x="-490" y="150" as="targetPoint" />
          </mxGeometry>
        </mxCell>
        <mxCell id="cKu8MT6L8Fp_BZaxLZj7-26" edge="1" parent="1" source="cKu8MT6L8Fp_BZaxLZj7-11" style="edgeStyle=none;endArrow=none;exitX=0;exitY=0;dashed=1;html=1;rounded=0;exitDx=430;exitDy=45;exitPerimeter=0;entryX=0;entryY=0.5;entryDx=0;entryDy=0;" target="QUzsFoNl6aFI_2ed8XXq-34" value="">
          <mxGeometry relative="1" x="1" as="geometry">
            <mxPoint x="-900" y="200" as="sourcePoint" />
            <mxPoint x="-801" y="244" as="targetPoint" />
          </mxGeometry>
        </mxCell>
        <mxCell id="cKu8MT6L8Fp_BZaxLZj7-27" parent="1" style="text;html=1;whiteSpace=wrap;strokeColor=none;fillColor=none;align=center;verticalAlign=middle;rounded=0;fontSize=23;fontStyle=1" value="." vertex="1">
          <mxGeometry height="30" width="60" x="-800" y="313" as="geometry" />
        </mxCell>
        <mxCell id="cKu8MT6L8Fp_BZaxLZj7-28" parent="1" style="text;html=1;whiteSpace=wrap;strokeColor=none;fillColor=none;align=center;verticalAlign=middle;rounded=0;fontSize=23;fontStyle=1" value="." vertex="1">
          <mxGeometry height="30" width="60" x="-800" y="343" as="geometry" />
        </mxCell>
        <mxCell id="cKu8MT6L8Fp_BZaxLZj7-29" parent="1" style="text;html=1;whiteSpace=wrap;strokeColor=none;fillColor=none;align=center;verticalAlign=middle;rounded=0;fontSize=23;fontStyle=1" value="." vertex="1">
          <mxGeometry height="30" width="60" x="-800" y="326.5" as="geometry" />
        </mxCell>
        <mxCell id="cKu8MT6L8Fp_BZaxLZj7-31" parent="1" style="text;html=1;whiteSpace=wrap;strokeColor=none;fillColor=none;align=center;verticalAlign=middle;rounded=0;fontColor=#330000;" value="&lt;font style=&quot;&quot;&gt;Run Tag =&amp;nbsp;&lt;/font&gt;&lt;b style=&quot;text-align: left;&quot;&gt;x.x.x_bxxx-Rx-Jira-xxxx&lt;/b&gt;" vertex="1">
          <mxGeometry height="30" width="200" x="160" y="194" as="geometry" />
        </mxCell>
        <mxCell id="cKu8MT6L8Fp_BZaxLZj7-33" parent="1" style="text;html=1;whiteSpace=wrap;strokeColor=none;fillColor=none;align=center;verticalAlign=middle;rounded=0;fontColor=#330000;" value="&lt;font style=&quot;&quot;&gt;Run Tag =&amp;nbsp;&lt;b style=&quot;text-align: left;&quot;&gt;x.x.x_bxxx-Rx&lt;/b&gt;&lt;/font&gt;" vertex="1">
          <mxGeometry height="30" width="200" x="160" y="353.5" as="geometry" />
        </mxCell>
        <mxCell id="cKu8MT6L8Fp_BZaxLZj7-39" parent="1" style="text;html=1;whiteSpace=wrap;strokeColor=none;fillColor=none;align=center;verticalAlign=middle;rounded=0;" value="verifier/fermer/reopen" vertex="1">
          <mxGeometry height="30" width="60" x="1850" y="313.5" as="geometry" />
        </mxCell>
        <mxCell id="cKu8MT6L8Fp_BZaxLZj7-40" parent="1" style="text;html=1;whiteSpace=wrap;strokeColor=none;fillColor=none;align=center;verticalAlign=middle;rounded=0;" value="verifier/fermer/reopen" vertex="1">
          <mxGeometry height="30" width="60" x="1926" y="382.5" as="geometry" />
        </mxCell>
        <mxCell id="cKu8MT6L8Fp_BZaxLZj7-43" parent="1" style="text;html=1;whiteSpace=wrap;strokeColor=none;fillColor=none;align=center;verticalAlign=middle;rounded=0;fontColor=#FF3333;" value="est-ce qu&#39;on peut supprimer les donnees du meme run tag ? ok" vertex="1">
          <mxGeometry height="30" width="200" x="30" y="85" as="geometry" />
        </mxCell>
        <mxCell id="joy4J5Q9jbU-j6AZ98Qk-1" parent="1" style="text;html=1;whiteSpace=wrap;strokeColor=none;fillColor=none;align=center;verticalAlign=middle;rounded=0;" value="relance manuellement&lt;div&gt;avec JIRA number&lt;/div&gt;" vertex="1">
-           <mxGeometry height="30" width="60" x="240" y="307" as="geometry" />
+           <mxGeometry height="30" width="130" x="210" y="296.5" as="geometry" />
        </mxCell>
        <mxCell id="joy4J5Q9jbU-j6AZ98Qk-2" parent="1" style="text;html=1;whiteSpace=wrap;strokeColor=none;fillColor=none;align=center;verticalAlign=middle;rounded=0;" value="relance manuellement&lt;div&gt;avec JIRA number&lt;/div&gt;" vertex="1">
          <mxGeometry height="30" width="150" x="200" y="220" as="geometry" />
        </mxCell>
        <mxCell id="joy4J5Q9jbU-j6AZ98Qk-3" parent="1" style="text;html=1;whiteSpace=wrap;strokeColor=none;fillColor=none;align=center;verticalAlign=middle;rounded=0;" value="relance manuellement" vertex="1">
          <mxGeometry height="30" width="60" x="230" y="382" as="geometry" />
        </mxCell>
        <mxCell id="joy4J5Q9jbU-j6AZ98Qk-4" parent="1" style="text;html=1;whiteSpace=wrap;strokeColor=none;fillColor=none;align=center;verticalAlign=middle;rounded=0;" value="lance automatiqument" vertex="1">
          <mxGeometry height="30" width="60" x="230" y="152" as="geometry" />
        </mxCell>
      </root>
    </mxGraphModel>
  </diagram>
</mxfile>
